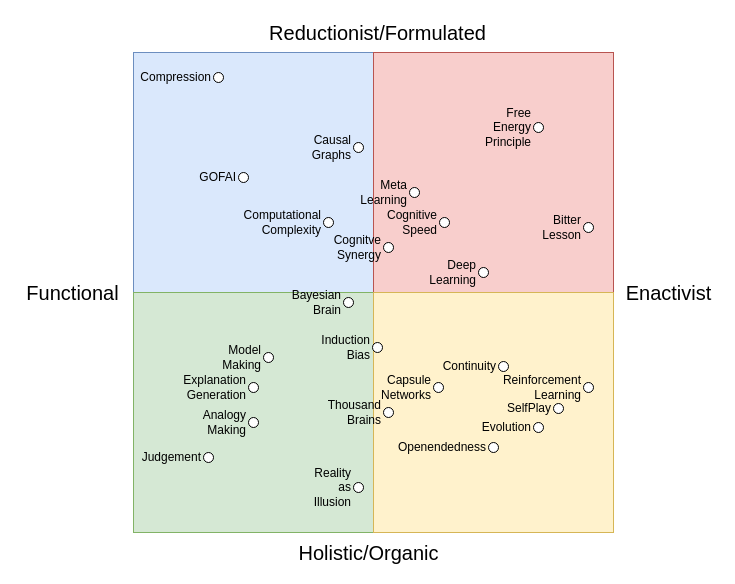
The draw.io diagram agenda_tribe.drawio in codeaudit/1, before the edit. Source tidied: cells renumbered, new cells numbered last; positions are measured from the earlier drawing's top-left corner, leaving out a move shared by most shapes. Both pictures are drawn from the tidied source at 100%, with x=0, y=0 at pixel (17, 17).
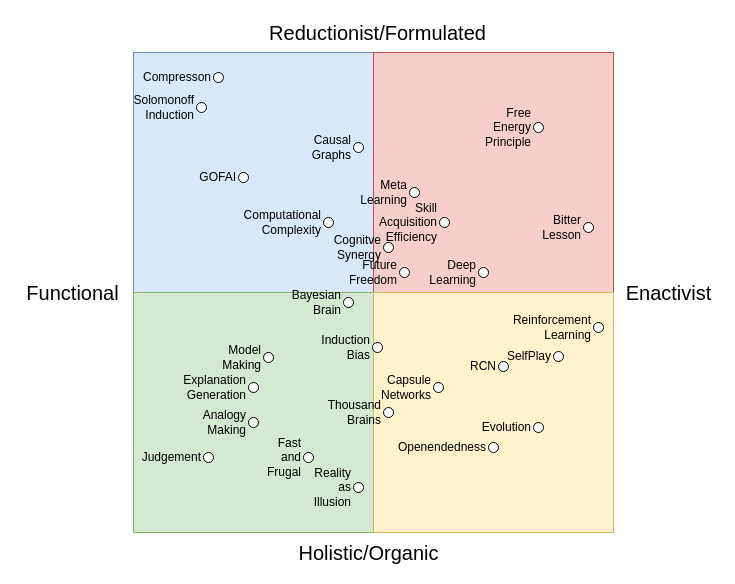
After the change.

The edit, as a diff of the source:
```diff
@@
-    <mxCell id="19" value="Compression" style="ellipse;whiteSpace=wrap;html=1;fontSize=12;labelPosition=left;verticalLabelPosition=middle;align=right;verticalAlign=middle;" parent="1" vertex="1">
+    <mxCell id="19" value="Compresson" style="ellipse;whiteSpace=wrap;html=1;fontSize=12;labelPosition=left;verticalLabelPosition=middle;align=right;verticalAlign=middle;" parent="1" vertex="1">
       <mxGeometry x="196" y="55" width="10" height="10" as="geometry" />
     </mxCell>
@@
     <mxCell id="23" value="Reinforcement Learning" style="ellipse;whiteSpace=wrap;html=1;fontSize=12;labelPosition=left;verticalLabelPosition=middle;align=right;verticalAlign=middle;" parent="1" vertex="1">
-      <mxGeometry x="566" y="365" width="10" height="10" as="geometry" />
+      <mxGeometry x="576" y="305" width="10" height="10" as="geometry" />
     </mxCell>
@@
-    <mxCell id="27" value="Cognitive Speed" style="ellipse;whiteSpace=wrap;html=1;fontSize=12;labelPosition=left;verticalLabelPosition=middle;align=right;verticalAlign=middle;" parent="1" vertex="1">
+    <mxCell id="27" value="Skill Acquisition Efficiency" style="ellipse;whiteSpace=wrap;html=1;fontSize=12;labelPosition=left;verticalLabelPosition=middle;align=right;verticalAlign=middle;" parent="1" vertex="1">
       <mxGeometry x="422" y="200" width="10" height="10" as="geometry" />
     </mxCell>
-    <mxCell id="28" value="Continuity" style="ellipse;whiteSpace=wrap;html=1;fontSize=12;labelPosition=left;verticalLabelPosition=middle;align=right;verticalAlign=middle;" parent="1" vertex="1">
+    <mxCell id="28" value="RCN" style="ellipse;whiteSpace=wrap;html=1;fontSize=12;labelPosition=left;verticalLabelPosition=middle;align=right;verticalAlign=middle;" parent="1" vertex="1">
       <mxGeometry x="481" y="344" width="10" height="10" as="geometry" />
     </mxCell>
@@
     <mxCell id="33" value="SelfPlay" style="ellipse;whiteSpace=wrap;html=1;fontSize=12;labelPosition=left;verticalLabelPosition=middle;align=right;verticalAlign=middle;" parent="1" vertex="1">
-      <mxGeometry x="536" y="386" width="10" height="10" as="geometry" />
+      <mxGeometry x="536" y="334" width="10" height="10" as="geometry" />
     </mxCell>
+    <mxCell id="34" value="Fast and Frugal" style="ellipse;whiteSpace=wrap;html=1;fontSize=12;labelPosition=left;verticalLabelPosition=middle;align=right;verticalAlign=middle;" parent="1" vertex="1">
+      <mxGeometry x="286" y="435" width="10" height="10" as="geometry" />
+    </mxCell>
+    <mxCell id="35" value="Future Freedom" style="ellipse;whiteSpace=wrap;html=1;fontSize=12;labelPosition=left;verticalLabelPosition=middle;align=right;verticalAlign=middle;" parent="1" vertex="1">
+      <mxGeometry x="382" y="250" width="10" height="10" as="geometry" />
+    </mxCell>
+    <mxCell id="36" value="Solomonoff Induction" style="ellipse;whiteSpace=wrap;html=1;fontSize=12;labelPosition=left;verticalLabelPosition=middle;align=right;verticalAlign=middle;direction=west;" parent="1" vertex="1">
+      <mxGeometry x="179" y="85" width="10" height="10" as="geometry" />
+    </mxCell>
```
